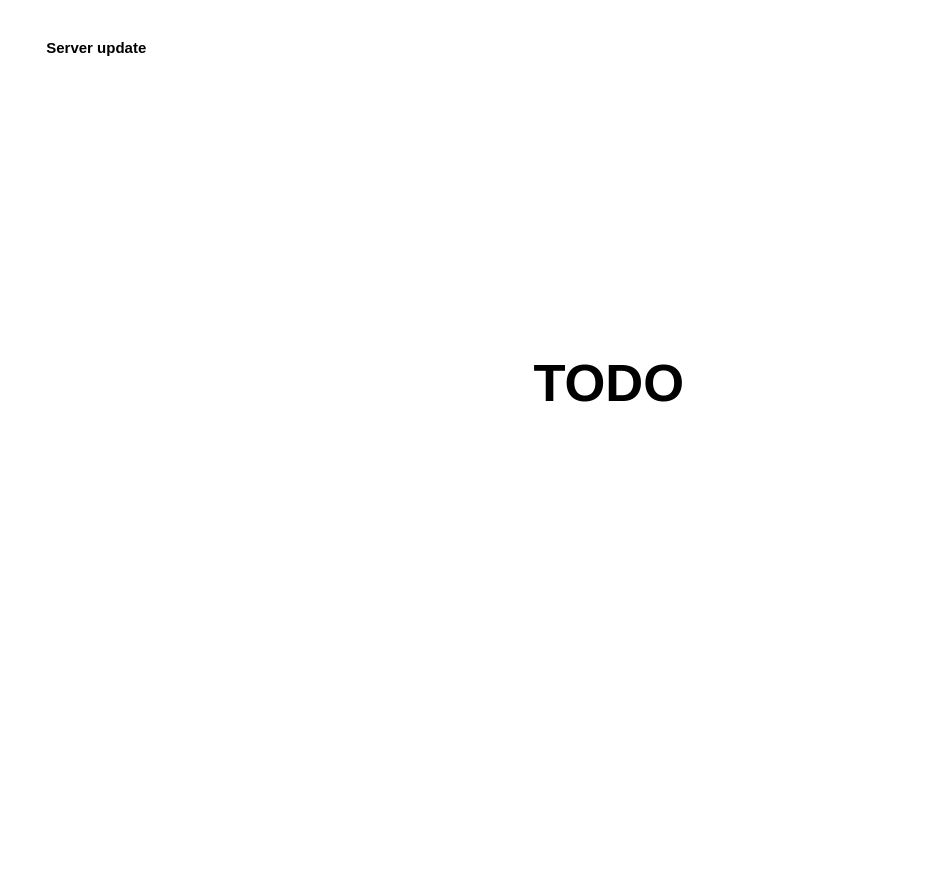
The draw.io diagram ActivityDiagrams/ActivityDiagramServerUpdate.drawio in frozzenshooter/LoRaParkAppDocumentation, before the edit. Source tidied: cells renumbered, new cells numbered last; positions are measured from the earlier drawing's top-left corner, leaving out a move shared by most shapes. Both pictures are drawn from the tidied source at 125%, with x=0, y=0 at pixel (21, 21).
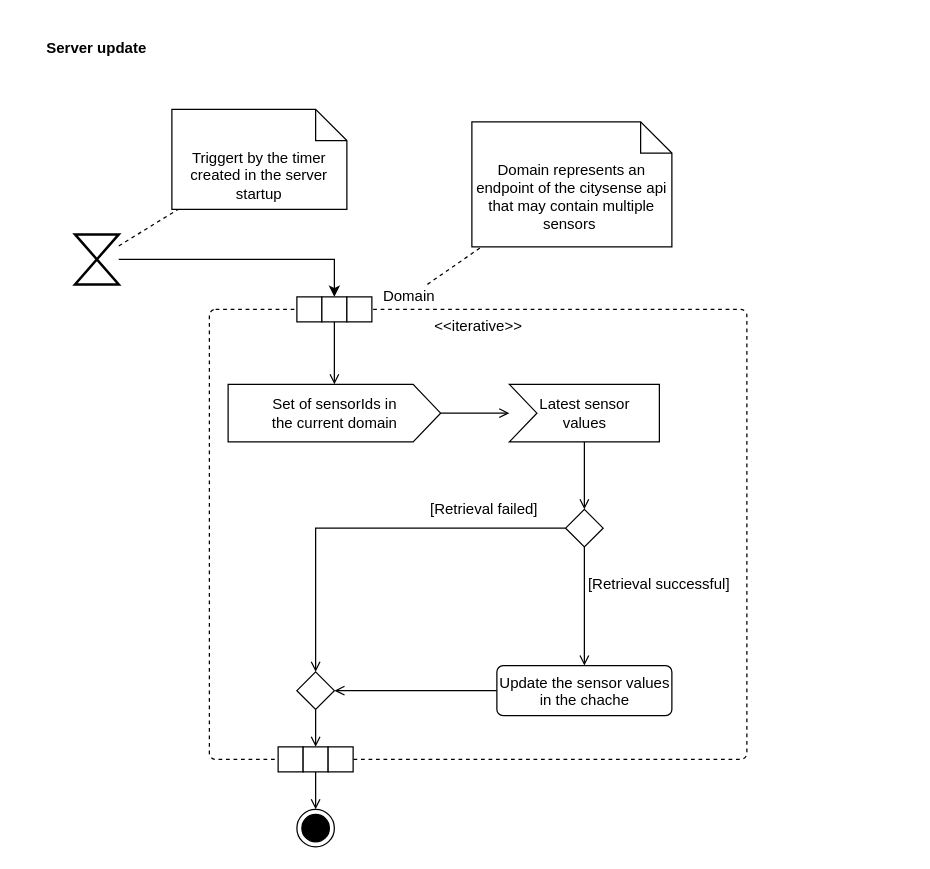
The same page after the edit.

Commit message (it also covers changes not shown here):
Server startup and update diagram added

What changed in the source:
```diff
@@
-    <mxCell id="3" value="TODO" style="text;html=1;strokeColor=none;fillColor=none;align=center;verticalAlign=middle;whiteSpace=wrap;rounded=0;fontSize=42;fontStyle=1;" parent="1" vertex="1">
-      <mxGeometry x="230" y="180" width="480" height="220" as="geometry" />
-    </mxCell>
+    <mxCell id="4" style="ellipse;html=1;shape=endState;fillColor=#000000;strokeColor=#000000;" parent="1" vertex="1">
+      <mxGeometry x="220" y="630" width="30" height="30" as="geometry" />
+    </mxCell>
+    <mxCell id="5" style="edgeStyle=orthogonalEdgeStyle;rounded=0;jettySize=auto;html=1;entryX=0.5;entryY=0;entryDx=0;entryDy=0;" parent="1" edge="1" source="7" target="12">
+      <mxGeometry relative="1" as="geometry" />
+    </mxCell>
+    <mxCell id="6" style="rounded=0;jettySize=auto;html=1;dashed=1;endArrow=none;endFill=0;" parent="1" edge="1" source="7" target="8">
+      <mxGeometry relative="1" as="geometry" />
+    </mxCell>
+    <mxCell id="7" style="html=1;shape=mxgraph.sysml.timeEvent;strokeWidth=2;verticalLabelPosition=bottom;verticalAlignment=top;" parent="1" vertex="1">
+      <mxGeometry x="42.5" y="170" width="35" height="40" as="geometry" />
+    </mxCell>
+    <mxCell id="8" value="Triggert by the timer created in the server startup" style="shape=note2;boundedLbl=1;whiteSpace=wrap;html=1;size=25;verticalAlign=top;align=center;" parent="1" vertex="1">
+      <mxGeometry x="120" y="70" width="140" height="80" as="geometry" />
+    </mxCell>
+    <mxCell id="9" value="&amp;lt;&amp;lt;iterative&amp;gt;&amp;gt;" style="html=1;align=center;verticalAlign=top;rounded=1;absoluteArcSize=1;arcSize=10;dashed=1;" parent="1" vertex="1">
+      <mxGeometry x="150" y="230" width="430" height="360" as="geometry" />
+    </mxCell>
+    <mxCell id="10" style="group;" parent="1" vertex="1">
+      <mxGeometry x="220" y="220" width="60" height="20" as="geometry" />
+    </mxCell>
+    <mxCell id="11" style="rounded=0;whiteSpace=wrap;html=1;" parent="10" vertex="1">
+      <mxGeometry width="20" height="20" as="geometry" />
+    </mxCell>
+    <mxCell id="12" style="rounded=0;whiteSpace=wrap;html=1;" parent="10" vertex="1">
+      <mxGeometry x="20" width="20" height="20" as="geometry" />
+    </mxCell>
+    <mxCell id="13" style="rounded=0;whiteSpace=wrap;html=1;" parent="10" vertex="1">
+      <mxGeometry x="40" width="20" height="20" as="geometry" />
+    </mxCell>
+    <mxCell id="14" style="edgeStyle=none;rounded=0;jettySize=auto;html=1;dashed=1;endArrow=none;endFill=0;" parent="1" edge="1" source="15" target="20">
+      <mxGeometry relative="1" as="geometry" />
+    </mxCell>
+    <mxCell id="15" value="Domain" style="text;html=1;strokeColor=none;fillColor=none;align=center;verticalAlign=middle;whiteSpace=wrap;rounded=0;" parent="1" vertex="1">
+      <mxGeometry x="280" y="210" width="60" height="20" as="geometry" />
+    </mxCell>
+    <mxCell id="16" style="group;" parent="1" vertex="1">
+      <mxGeometry x="205" y="580" width="60" height="20" as="geometry" />
+    </mxCell>
+    <mxCell id="17" style="rounded=0;whiteSpace=wrap;html=1;" parent="16" vertex="1">
+      <mxGeometry width="20" height="20" as="geometry" />
+    </mxCell>
+    <mxCell id="18" style="rounded=0;whiteSpace=wrap;html=1;" parent="16" vertex="1">
+      <mxGeometry x="20" width="20" height="20" as="geometry" />
+    </mxCell>
+    <mxCell id="19" style="rounded=0;whiteSpace=wrap;html=1;" parent="16" vertex="1">
+      <mxGeometry x="40" width="20" height="20" as="geometry" />
+    </mxCell>
+    <mxCell id="20" value="Domain represents an endpoint of the citysense api that may contain multiple sensors&amp;nbsp;" style="shape=note2;boundedLbl=1;whiteSpace=wrap;html=1;size=25;verticalAlign=top;align=center;" parent="1" vertex="1">
+      <mxGeometry x="360" y="80" width="160" height="100" as="geometry" />
+    </mxCell>
+    <mxCell id="21" style="edgeStyle=none;rounded=0;jettySize=auto;html=1;endArrow=open;endFill=0;" parent="1" edge="1" source="22" target="24">
+      <mxGeometry relative="1" as="geometry" />
+    </mxCell>
+    <mxCell id="22" value="Set of sensorIds in&lt;br&gt;the current domain" style="html=1;shadow=0;dashed=0;align=center;verticalAlign=middle;shape=mxgraph.arrows2.arrow;dy=0;dx=22;notch=0;" parent="1" vertex="1">
+      <mxGeometry x="165" y="290" width="170" height="46" as="geometry" />
+    </mxCell>
+    <mxCell id="23" style="edgeStyle=orthogonalEdgeStyle;rounded=0;jettySize=auto;html=1;entryX=0.5;entryY=0;entryDx=0;entryDy=0;endArrow=open;endFill=0;" parent="1" edge="1" source="24" target="31">
+      <mxGeometry relative="1" as="geometry" />
+    </mxCell>
+    <mxCell id="24" value="Latest sensor&lt;br&gt;values" style="html=1;shadow=0;dashed=0;align=center;verticalAlign=middle;shape=mxgraph.arrows2.arrow;dy=0;dx=0;notch=22;" parent="1" vertex="1">
+      <mxGeometry x="390" y="290" width="120" height="46" as="geometry" />
+    </mxCell>
+    <mxCell id="25" style="edgeStyle=none;rounded=0;jettySize=auto;html=1;endArrow=open;endFill=0;" parent="1" edge="1" source="12" target="22">
+      <mxGeometry relative="1" as="geometry" />
+    </mxCell>
+    <mxCell id="26" style="edgeStyle=none;rounded=0;jettySize=auto;html=1;entryX=1;entryY=0.5;entryDx=0;entryDy=0;endArrow=open;endFill=0;" parent="1" edge="1" source="27" target="33">
+      <mxGeometry relative="1" as="geometry" />
+    </mxCell>
+    <mxCell id="27" value="Update the sensor values&lt;br&gt;in the chache" style="html=1;align=center;verticalAlign=top;rounded=1;absoluteArcSize=1;arcSize=10;dashed=0;" parent="1" vertex="1">
+      <mxGeometry x="380" y="515" width="140" height="40" as="geometry" />
+    </mxCell>
+    <mxCell id="28" style="edgeStyle=none;rounded=0;jettySize=auto;html=1;endArrow=open;endFill=0;" parent="1" edge="1" source="18" target="4">
+      <mxGeometry relative="1" as="geometry" />
+    </mxCell>
+    <mxCell id="29" style="edgeStyle=orthogonalEdgeStyle;rounded=0;jettySize=auto;html=1;entryX=0.5;entryY=0;entryDx=0;entryDy=0;endArrow=open;endFill=0;" parent="1" edge="1" source="31" target="33">
+      <mxGeometry relative="1" as="geometry" />
+    </mxCell>
+    <mxCell id="30" style="edgeStyle=orthogonalEdgeStyle;rounded=0;jettySize=auto;html=1;endArrow=open;endFill=0;" parent="1" edge="1" source="31" target="27">
+      <mxGeometry relative="1" as="geometry" />
+    </mxCell>
+    <mxCell id="31" style="rhombus;" parent="1" vertex="1">
+      <mxGeometry x="435" y="390" width="30" height="30" as="geometry" />
+    </mxCell>
+    <mxCell id="32" style="edgeStyle=orthogonalEdgeStyle;rounded=0;jettySize=auto;html=1;entryX=0.5;entryY=0;entryDx=0;entryDy=0;endArrow=open;endFill=0;" parent="1" edge="1" source="33" target="18">
+      <mxGeometry relative="1" as="geometry" />
+    </mxCell>
+    <mxCell id="33" style="rhombus;" parent="1" vertex="1">
+      <mxGeometry x="220" y="520" width="30" height="30" as="geometry" />
+    </mxCell>
+    <mxCell id="34" value="[Retrieval successful]" style="text;html=1;strokeColor=none;fillColor=none;align=center;verticalAlign=middle;whiteSpace=wrap;rounded=0;" parent="1" vertex="1">
+      <mxGeometry x="450" y="440" width="120" height="20" as="geometry" />
+    </mxCell>
+    <mxCell id="35" value="[Retrieval failed]" style="text;html=1;strokeColor=none;fillColor=none;align=center;verticalAlign=middle;whiteSpace=wrap;rounded=0;" parent="1" vertex="1">
+      <mxGeometry x="310" y="380" width="120" height="20" as="geometry" />
+    </mxCell>
```
